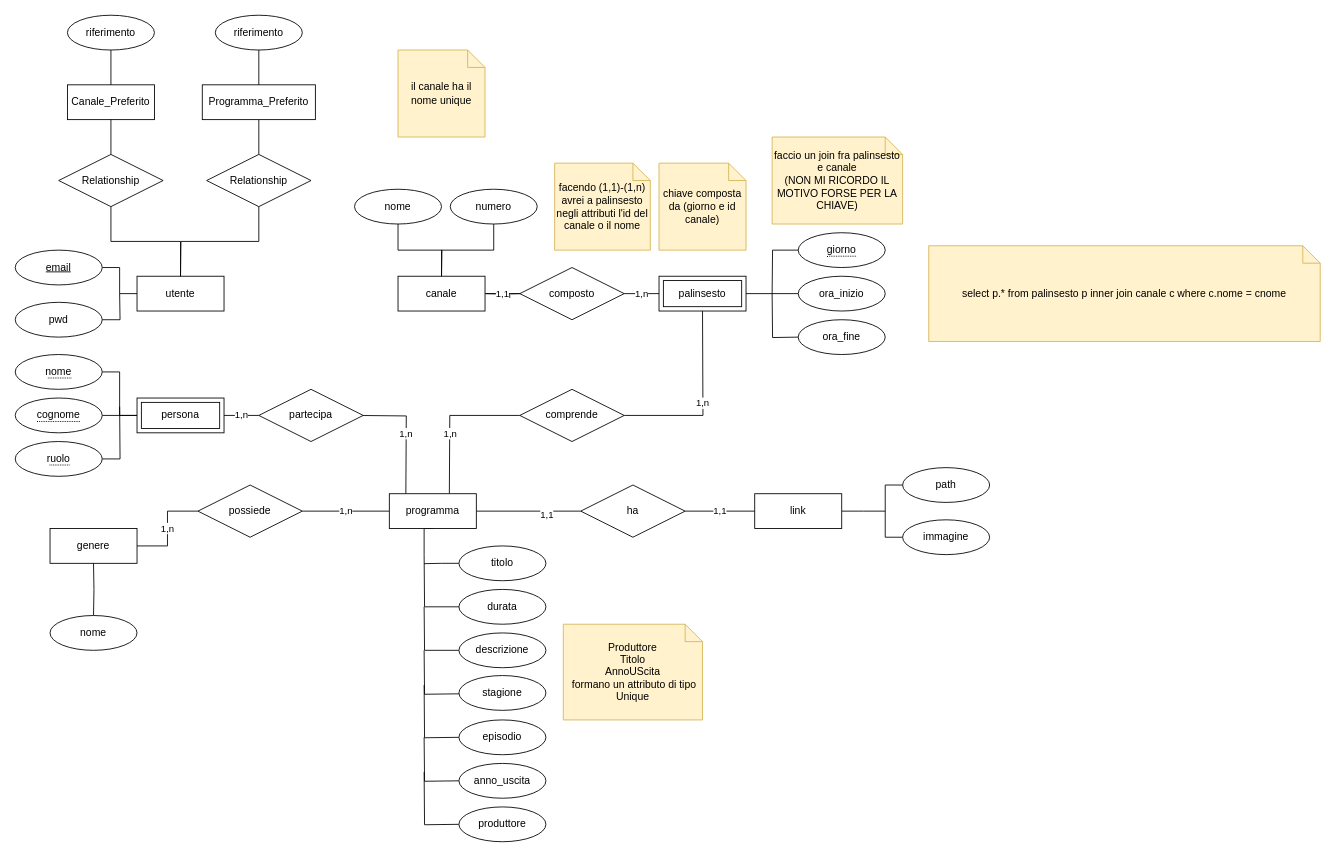
This is Diagramma/Er_Definitivo.drawio from Caprielos/Lbd, a draw.io file, before an edit. Source tidied: cells renumbered, new cells numbered last; positions are measured from the earlier drawing's top-left corner, leaving out a move shared by most shapes. Both pictures are drawn from the tidied source at 87%, with x=0, y=0 at pixel (15, 15).
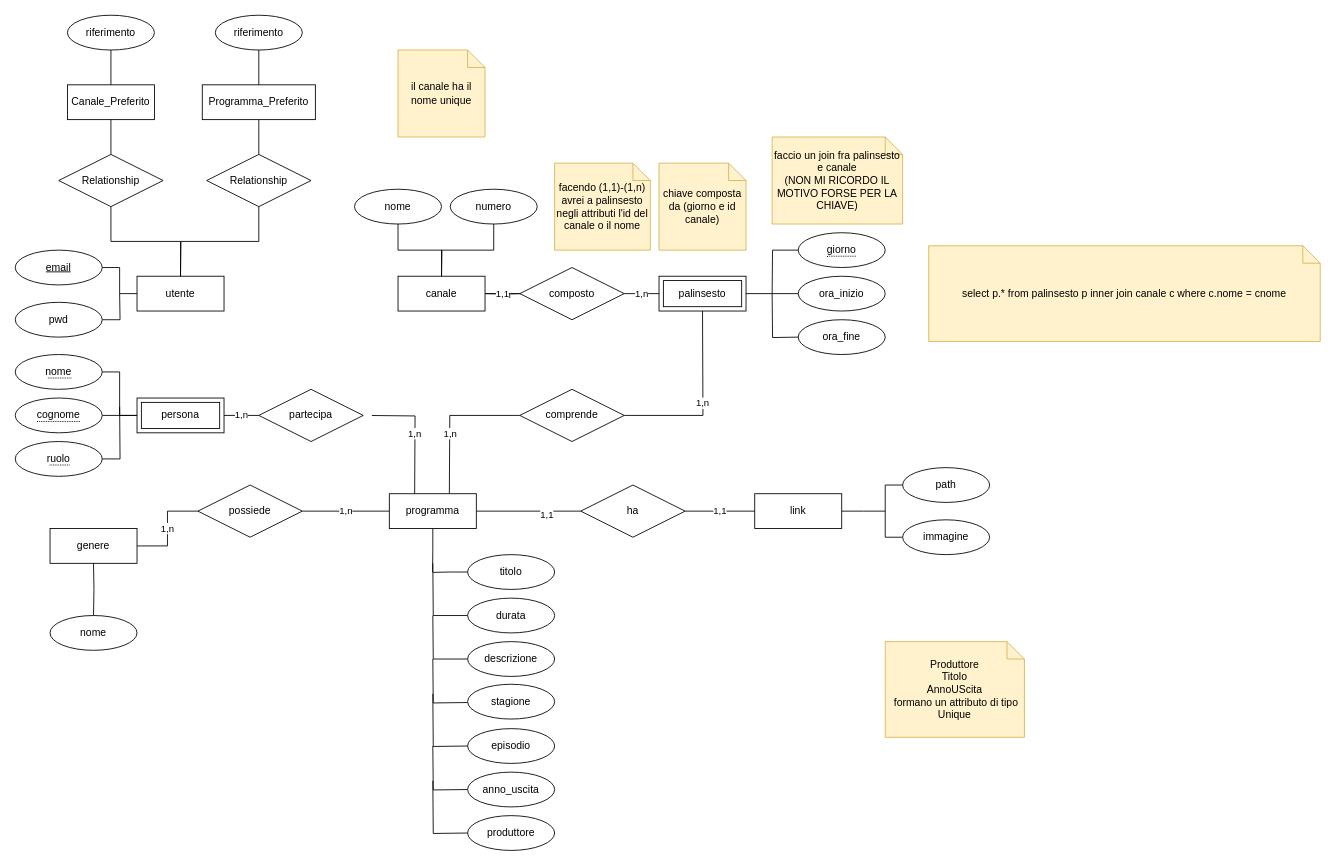
The same page after the edit.

Unchanged cells that the change refers to:
```xml
<mxCell id="42" value="programma" style="whiteSpace=wrap;html=1;align=center;" parent="1" vertex="1">
  <mxGeometry x="430" y="550" width="100" height="40" as="geometry" />
</mxCell>
```

The edit, as a diff of the source:
```diff
@@
     <mxCell id="17" style="edgeStyle=orthogonalEdgeStyle;rounded=0;jettySize=auto;html=1;endArrow=none;endFill=0;" parent="1" edge="1" source="18">
       <mxGeometry relative="1" as="geometry">
-        <mxPoint x="470" y="620" as="targetPoint" />
+        <mxPoint x="480" y="630" as="targetPoint" />
       </mxGeometry>
     </mxCell>
     <mxCell id="18" value="durata" style="ellipse;whiteSpace=wrap;html=1;align=center;" parent="1" vertex="1">
-      <mxGeometry x="510" y="660" width="100" height="40" as="geometry" />
+      <mxGeometry x="520" y="670" width="100" height="40" as="geometry" />
     </mxCell>
     <mxCell id="19" style="edgeStyle=orthogonalEdgeStyle;rounded=0;jettySize=auto;html=1;exitX=0;exitY=0.5;exitDx=0;exitDy=0;endArrow=none;endFill=0;" parent="1" edge="1" source="20">
       <mxGeometry relative="1" as="geometry">
-        <mxPoint x="470" y="680" as="targetPoint" />
+        <mxPoint x="480" y="690" as="targetPoint" />
       </mxGeometry>
     </mxCell>
     <mxCell id="20" value="descrizione" style="ellipse;whiteSpace=wrap;html=1;align=center;" parent="1" vertex="1">
-      <mxGeometry x="510" y="710" width="100" height="40" as="geometry" />
+      <mxGeometry x="520" y="720" width="100" height="40" as="geometry" />
     </mxCell>
     <mxCell id="21" value="1,n" style="edgeStyle=orthogonalEdgeStyle;rounded=0;orthogonalLoop=1;jettySize=auto;html=1;entryX=0.25;entryY=0;entryDx=0;entryDy=0;endArrow=none;endFill=0;" parent="1" edge="1">
       <mxGeometry relative="1" as="geometry">
-        <mxPoint x="399.9" y="460.1" as="sourcePoint" />
-        <mxPoint x="449" y="550" as="targetPoint" />
+        <mxPoint x="410" y="460.1" as="sourcePoint" />
+        <mxPoint x="459.1" y="550" as="targetPoint" />
       </mxGeometry>
     </mxCell>
@@
-    <mxCell id="39" style="edgeStyle=orthogonalEdgeStyle;rounded=0;jettySize=auto;html=1;exitX=0.5;exitY=1;exitDx=0;exitDy=0;endArrow=none;endFill=0;" parent="1" edge="1" source="42">
-      <mxGeometry relative="1" as="geometry">
-        <mxPoint x="470" y="620" as="targetPoint" />
-      </mxGeometry>
-    </mxCell>
@@
+    <mxCell id="85" style="edgeStyle=orthogonalEdgeStyle;rounded=0;jettySize=auto;html=1;exitX=0.5;exitY=1;exitDx=0;exitDy=0;endArrow=none;endFill=0;" parent="1" edge="1" source="42">
+      <mxGeometry relative="1" as="geometry">
+        <mxPoint x="479.7" y="640" as="targetPoint" />
+      </mxGeometry>
+    </mxCell>
@@
     <mxCell id="43" style="edgeStyle=orthogonalEdgeStyle;rounded=0;orthogonalLoop=1;jettySize=auto;html=1;exitX=0;exitY=0.5;exitDx=0;exitDy=0;startArrow=none;startFill=0;endArrow=none;endFill=0;" parent="1" edge="1">
       <mxGeometry relative="1" as="geometry">
-        <mxPoint x="510" y="780" as="sourcePoint" />
-        <mxPoint x="470" y="730" as="targetPoint" />
+        <mxPoint x="520" y="790" as="sourcePoint" />
+        <mxPoint x="480" y="740" as="targetPoint" />
       </mxGeometry>
     </mxCell>
     <mxCell id="44" style="edgeStyle=orthogonalEdgeStyle;rounded=0;orthogonalLoop=1;jettySize=auto;html=1;exitX=0;exitY=0.5;exitDx=0;exitDy=0;startArrow=none;startFill=0;endArrow=none;endFill=0;" parent="1" edge="1">
       <mxGeometry relative="1" as="geometry">
-        <mxPoint x="510" y="880" as="sourcePoint" />
-        <mxPoint x="470" y="830" as="targetPoint" />
+        <mxPoint x="520" y="890" as="sourcePoint" />
+        <mxPoint x="480" y="840" as="targetPoint" />
       </mxGeometry>
     </mxCell>
     <mxCell id="45" style="edgeStyle=orthogonalEdgeStyle;rounded=0;orthogonalLoop=1;jettySize=auto;html=1;exitX=0;exitY=0.5;exitDx=0;exitDy=0;startArrow=none;startFill=0;endArrow=none;endFill=0;" parent="1" edge="1">
       <mxGeometry relative="1" as="geometry">
-        <mxPoint x="510" y="830" as="sourcePoint" />
-        <mxPoint x="470" y="770" as="targetPoint" />
+        <mxPoint x="520" y="840" as="sourcePoint" />
+        <mxPoint x="480" y="780" as="targetPoint" />
       </mxGeometry>
     </mxCell>
@@
     <mxCell id="71" style="edgeStyle=orthogonalEdgeStyle;rounded=0;orthogonalLoop=1;jettySize=auto;html=1;exitX=0;exitY=0.5;exitDx=0;exitDy=0;endArrow=none;endFill=0;" parent="1" edge="1">
       <mxGeometry relative="1" as="geometry">
-        <mxPoint x="510" y="930" as="sourcePoint" />
-        <mxPoint x="470" y="870" as="targetPoint" />
+        <mxPoint x="520" y="940" as="sourcePoint" />
+        <mxPoint x="480" y="880" as="targetPoint" />
       </mxGeometry>
     </mxCell>
     <mxCell id="72" value="Produttore&lt;br&gt;Titolo&lt;br&gt;AnnoUScita&lt;br&gt;&amp;nbsp;formano un attributo di tipo Unique" style="shape=note;size=20;whiteSpace=wrap;html=1;fillColor=#fff2cc;strokeColor=#d6b656;" parent="1" vertex="1">
-      <mxGeometry x="630" y="700" width="160" height="110" as="geometry" />
+      <mxGeometry x="1000" y="720" width="160" height="110" as="geometry" />
     </mxCell>
     <mxCell id="73" style="edgeStyle=orthogonalEdgeStyle;rounded=0;jettySize=auto;html=1;exitX=0;exitY=0.5;exitDx=0;exitDy=0;endArrow=none;endFill=0;" parent="1" edge="1" source="74">
       <mxGeometry relative="1" as="geometry">
-        <mxPoint x="470" y="630.4" as="targetPoint" />
+        <mxPoint x="480" y="640.4" as="targetPoint" />
       </mxGeometry>
     </mxCell>
     <mxCell id="74" value="titolo" style="ellipse;whiteSpace=wrap;html=1;align=center;" parent="1" vertex="1">
-      <mxGeometry x="510" y="610" width="100" height="40" as="geometry" />
+      <mxGeometry x="520" y="620" width="100" height="40" as="geometry" />
     </mxCell>
     <mxCell id="75" value="anno_uscita" style="ellipse;whiteSpace=wrap;html=1;align=center;" parent="1" vertex="1">
-      <mxGeometry x="510" y="860" width="100" height="40" as="geometry" />
+      <mxGeometry x="520" y="870" width="100" height="40" as="geometry" />
     </mxCell>
     <mxCell id="76" value="stagione" style="ellipse;whiteSpace=wrap;html=1;align=center;" parent="1" vertex="1">
-      <mxGeometry x="510" y="759" width="100" height="40" as="geometry" />
+      <mxGeometry x="520" y="769" width="100" height="40" as="geometry" />
     </mxCell>
     <mxCell id="77" value="episodio" style="ellipse;whiteSpace=wrap;html=1;align=center;" parent="1" vertex="1">
-      <mxGeometry x="510" y="810" width="100" height="40" as="geometry" />
+      <mxGeometry x="520" y="820" width="100" height="40" as="geometry" />
     </mxCell>
     <mxCell id="78" value="produttore" style="ellipse;whiteSpace=wrap;html=1;align=center;" parent="1" vertex="1">
-      <mxGeometry x="510" y="910" width="100" height="40" as="geometry" />
+      <mxGeometry x="520" y="920" width="100" height="40" as="geometry" />
     </mxCell>
```
